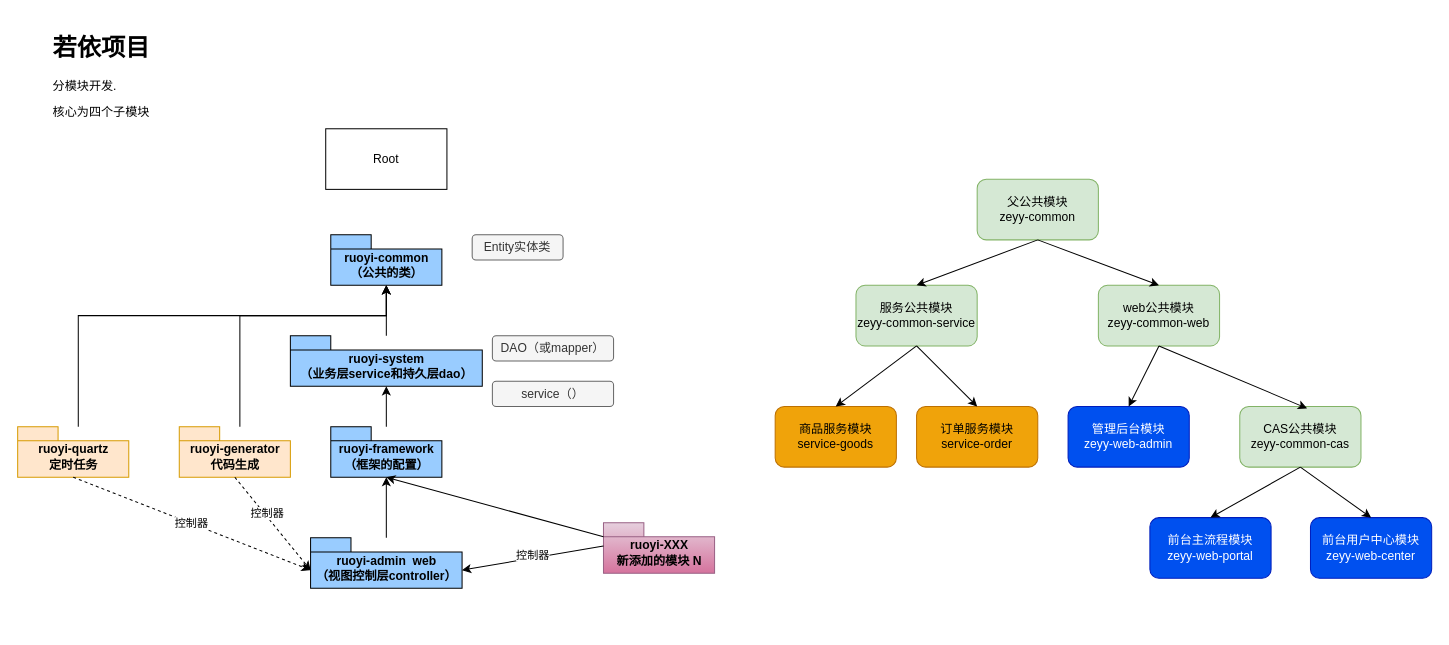
Earlier version of the draw.io diagram page "文件结构（模块关系）" (3 of 8) of RuoYi/若依框架.drawio (weihuohuayi/draw.io). Source tidied: cells renumbered, new cells numbered last; positions are measured from the earlier drawing's top-left corner, leaving out a move shared by most shapes. Both pictures are drawn from the tidied source at 101%, with x=0, y=0 at pixel (17, 27).
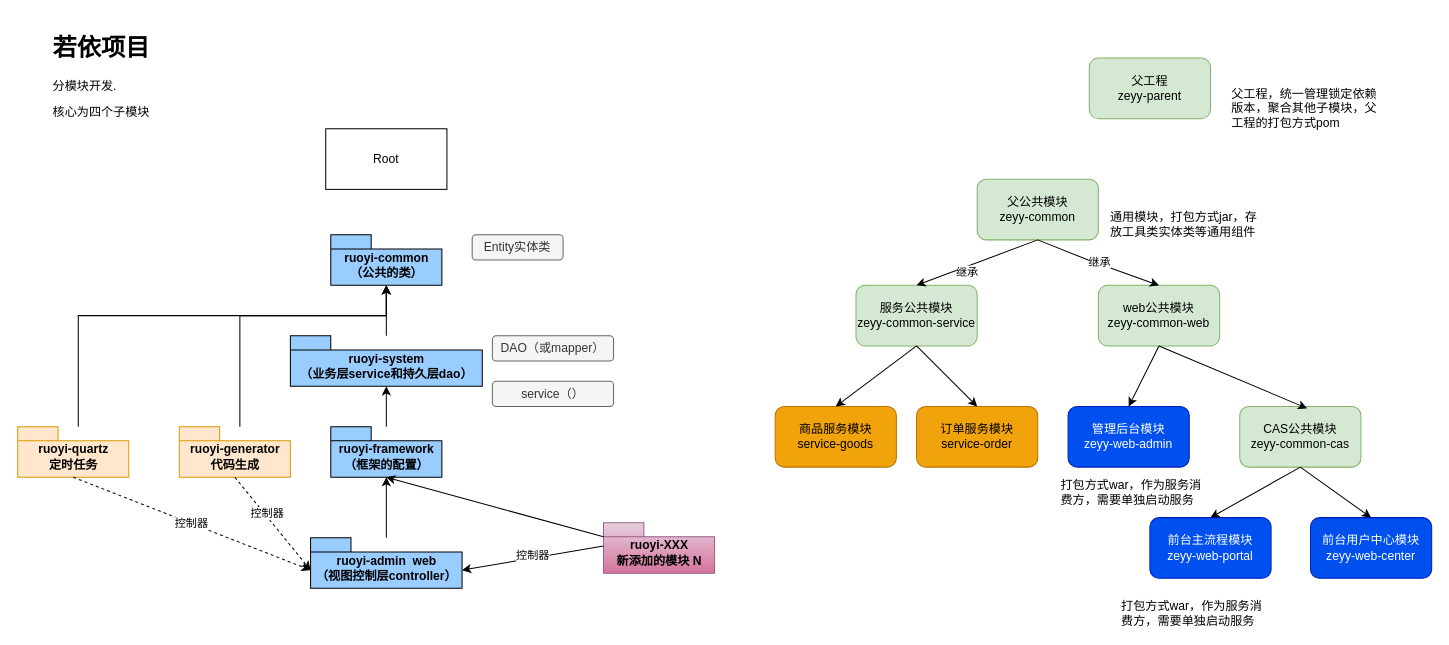
After the change.

Unchanged cells that the change refers to:
```xml
<mxCell id="25" value="父公共模块&lt;br&gt;zeyy-common" style="rounded=1;whiteSpace=wrap;html=1;fillColor=#d5e8d4;strokeColor=#82b366;" parent="1" vertex="1">
  <mxGeometry x="950" y="150" width="120" height="60" as="geometry" />
</mxCell>
<mxCell id="27" value="web公共模块&lt;br&gt;zeyy-common-web" style="rounded=1;whiteSpace=wrap;html=1;fillColor=#d5e8d4;strokeColor=#82b366;" parent="1" vertex="1">
  <mxGeometry x="1070" y="255" width="120" height="60" as="geometry" />
</mxCell>
<mxCell id="34" style="endArrow=classic;html=1;rounded=0;exitX=0.5;exitY=1;exitDx=0;exitDy=0;entryX=0.5;entryY=0;entryDx=0;entryDy=0;" parent="1" edge="1" source="25" target="26">
  <mxGeometry relative="1" as="geometry" />
</mxCell>
```

Diff of the diagram source:
```diff
@@
+    <mxCell id="42" value="继承" style="edgeLabel;html=1;align=center;verticalAlign=middle;" parent="34" vertex="1">
+      <mxGeometry x="0.2" y="5" relative="1" as="geometry" />
+    </mxCell>
     <mxCell id="35" style="endArrow=classic;html=1;rounded=0;exitX=0.5;exitY=1;exitDx=0;exitDy=0;entryX=0.5;entryY=0;entryDx=0;entryDy=0;" parent="1" edge="1" source="25" target="27">
-      <mxGeometry relative="1" as="geometry" />
+      <mxGeometry relative="1" as="geometry">
+        <Array as="points">
+          <mxPoint x="1060" y="230" />
+        </Array>
+      </mxGeometry>
     </mxCell>
+    <mxCell id="43" value="继承" style="edgeLabel;html=1;align=center;verticalAlign=middle;" parent="35" vertex="1">
+      <mxGeometry y="2" relative="1" as="geometry" />
+    </mxCell>
@@
+    <mxCell id="44" value="父工程&lt;br&gt;zeyy-parent" style="rounded=1;whiteSpace=wrap;html=1;fillColor=#d5e8d4;strokeColor=#82b366;" parent="1" vertex="1">
+      <mxGeometry x="1061" y="30" width="120" height="60" as="geometry" />
+    </mxCell>
+    <mxCell id="45" value="父工程，统一管理锁定依赖版本，聚合其他子模块，父工程的打包方式pom" style="text;html=1;strokeColor=none;fillColor=none;align=left;verticalAlign=middle;whiteSpace=wrap;rounded=0;" parent="1" vertex="1">
+      <mxGeometry x="1200" y="60" width="150" height="40" as="geometry" />
+    </mxCell>
+    <mxCell id="46" value="通用模块，打包方式jar，存放工具类实体类等通用组件" style="text;html=1;strokeColor=none;fillColor=none;align=left;verticalAlign=middle;whiteSpace=wrap;rounded=0;" parent="1" vertex="1">
+      <mxGeometry x="1080" y="180" width="150" height="30" as="geometry" />
+    </mxCell>
+    <mxCell id="47" value="打包方式war，作为服务消费方，需要单独启动服务" style="text;html=1;strokeColor=none;fillColor=none;align=left;verticalAlign=middle;whiteSpace=wrap;rounded=0;" parent="1" vertex="1">
+      <mxGeometry x="1091" y="565" width="150" height="30" as="geometry" />
+    </mxCell>
+    <mxCell id="48" value="打包方式war，作为服务消费方，需要单独启动服务" style="text;html=1;strokeColor=none;fillColor=none;align=left;verticalAlign=middle;whiteSpace=wrap;rounded=0;" parent="1" vertex="1">
+      <mxGeometry x="1031" y="445" width="150" height="30" as="geometry" />
+    </mxCell>
```
